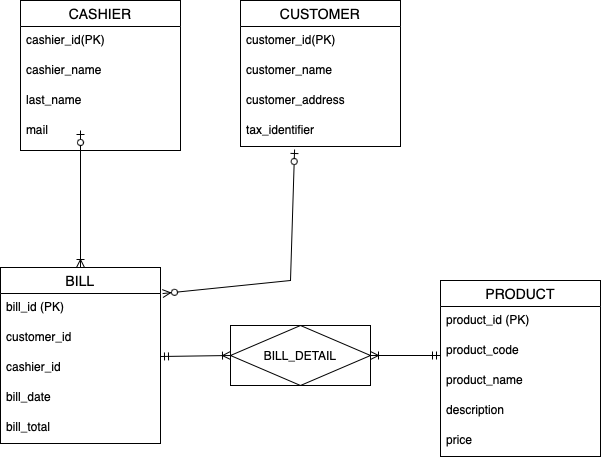
The draw.io diagram Diagrama sin título.drawio.png in a-marian/mapping-jpa, before a commit. Source tidied: cells renumbered, new cells last; positions are measured from the earlier drawing's top-left corner, leaving out a move shared by most shapes. The source it was exported from:
```xml
<mxGraphModel>
  <root>
    <mxCell id="0" />
    <mxCell id="1" parent="0" />
    <mxCell id="2" value="BILL" style="swimlane;fontStyle=0;horizontal=1;startSize=26;align=center;fontSize=14;" parent="1" vertex="1">
      <mxGeometry y="267" width="160" height="176" as="geometry" />
    </mxCell>
    <mxCell id="3" value="bill_id (PK)" style="text;strokeColor=none;fillColor=none;spacingLeft=4;spacingRight=4;overflow=hidden;fontSize=12;whiteSpace=wrap;html=1;" parent="2" vertex="1">
      <mxGeometry y="26" width="160" height="30" as="geometry" />
    </mxCell>
    <mxCell id="4" value="customer_id" style="text;strokeColor=none;fillColor=none;spacingLeft=4;spacingRight=4;overflow=hidden;points=[[0,0.5],[1,0.5]];portConstraint=eastwest;fontSize=12;whiteSpace=wrap;html=1;" parent="2" vertex="1">
      <mxGeometry y="56" width="160" height="30" as="geometry" />
    </mxCell>
    <mxCell id="5" value="cashier_id" style="text;strokeColor=none;fillColor=none;spacingLeft=4;spacingRight=4;overflow=hidden;fontSize=12;whiteSpace=wrap;html=1;" parent="2" vertex="1">
      <mxGeometry y="86" width="160" height="30" as="geometry" />
    </mxCell>
    <mxCell id="6" value="bill_date" style="text;strokeColor=none;fillColor=none;spacingLeft=4;spacingRight=4;overflow=hidden;fontSize=12;whiteSpace=wrap;html=1;" parent="2" vertex="1">
      <mxGeometry y="116" width="160" height="30" as="geometry" />
    </mxCell>
    <mxCell id="7" value="bill_total" style="text;strokeColor=none;fillColor=none;spacingLeft=4;spacingRight=4;overflow=hidden;fontSize=12;whiteSpace=wrap;html=1;" parent="2" vertex="1">
      <mxGeometry y="146" width="160" height="30" as="geometry" />
    </mxCell>
    <mxCell id="8" value="PRODUCT" style="swimlane;fontStyle=0;horizontal=1;startSize=26;align=center;fontSize=14;" parent="1" vertex="1">
      <mxGeometry x="440" y="280" width="160" height="176" as="geometry" />
    </mxCell>
    <mxCell id="9" value="product_id (PK)" style="text;strokeColor=none;fillColor=none;spacingLeft=4;spacingRight=4;overflow=hidden;fontSize=12;whiteSpace=wrap;html=1;" parent="8" vertex="1">
      <mxGeometry y="26" width="160" height="30" as="geometry" />
    </mxCell>
    <mxCell id="10" value="product_code" style="text;strokeColor=none;fillColor=none;spacingLeft=4;spacingRight=4;overflow=hidden;fontSize=12;whiteSpace=wrap;html=1;" parent="8" vertex="1">
      <mxGeometry y="56" width="160" height="30" as="geometry" />
    </mxCell>
    <mxCell id="11" value="product_name" style="text;strokeColor=none;fillColor=none;spacingLeft=4;spacingRight=4;overflow=hidden;fontSize=12;whiteSpace=wrap;html=1;" parent="8" vertex="1">
      <mxGeometry y="86" width="160" height="30" as="geometry" />
    </mxCell>
    <mxCell id="12" value="description" style="text;strokeColor=none;fillColor=none;spacingLeft=4;spacingRight=4;overflow=hidden;fontSize=12;whiteSpace=wrap;html=1;" parent="8" vertex="1">
      <mxGeometry y="116" width="160" height="30" as="geometry" />
    </mxCell>
    <mxCell id="13" value="price" style="text;strokeColor=none;fillColor=none;spacingLeft=4;spacingRight=4;overflow=hidden;fontSize=12;whiteSpace=wrap;html=1;" parent="8" vertex="1">
      <mxGeometry y="146" width="160" height="30" as="geometry" />
    </mxCell>
    <mxCell id="14" value="BILL_DETAIL" style="shape=associativeEntity;whiteSpace=wrap;html=1;align=center;" parent="1" vertex="1">
      <mxGeometry x="230" y="325" width="140" height="60" as="geometry" />
    </mxCell>
    <mxCell id="15" style="fontSize=12;html=1;endArrow=ERoneToMany;startArrow=ERmandOne;rounded=0;exitX=1;exitY=1.1;exitDx=0;exitDy=0;entryX=0;entryY=0.5;entryDx=0;entryDy=0;exitPerimeter=0;" parent="1" edge="1" source="4" target="14">
      <mxGeometry relative="1" as="geometry" />
    </mxCell>
    <mxCell id="16" style="fontSize=12;html=1;endArrow=ERoneToMany;startArrow=ERmandOne;rounded=0;entryX=1;entryY=0.5;entryDx=0;entryDy=0;" parent="1" edge="1" target="14">
      <mxGeometry relative="1" as="geometry">
        <mxPoint x="440" y="355" as="sourcePoint" />
      </mxGeometry>
    </mxCell>
    <mxCell id="17" value="CASHIER" style="swimlane;fontStyle=0;horizontal=1;startSize=26;align=center;fontSize=14;" parent="1" vertex="1">
      <mxGeometry x="20" width="160" height="150" as="geometry" />
    </mxCell>
    <mxCell id="18" value="cashier_id(PK)" style="text;strokeColor=none;fillColor=none;spacingLeft=4;spacingRight=4;overflow=hidden;fontSize=12;whiteSpace=wrap;html=1;" parent="17" vertex="1">
      <mxGeometry y="26" width="160" height="30" as="geometry" />
    </mxCell>
    <mxCell id="19" value="cashier_name" style="text;strokeColor=none;fillColor=none;spacingLeft=4;spacingRight=4;overflow=hidden;points=[[0,0.5],[1,0.5]];portConstraint=eastwest;fontSize=12;whiteSpace=wrap;html=1;" parent="17" vertex="1">
      <mxGeometry y="56" width="160" height="30" as="geometry" />
    </mxCell>
    <mxCell id="20" value="last_name" style="text;strokeColor=none;fillColor=none;spacingLeft=4;spacingRight=4;overflow=hidden;fontSize=12;whiteSpace=wrap;html=1;" parent="17" vertex="1">
      <mxGeometry y="86" width="160" height="30" as="geometry" />
    </mxCell>
    <mxCell id="21" value="mail" style="text;strokeColor=none;fillColor=none;spacingLeft=4;spacingRight=4;overflow=hidden;fontSize=12;whiteSpace=wrap;html=1;" parent="17" vertex="1">
      <mxGeometry y="116" width="160" height="34" as="geometry" />
    </mxCell>
    <mxCell id="22" style="fontSize=12;html=1;endArrow=ERoneToMany;startArrow=ERzeroToOne;rounded=0;entryX=0.5;entryY=0;entryDx=0;entryDy=0;" parent="1" edge="1" target="2">
      <mxGeometry relative="1" as="geometry">
        <mxPoint x="80" y="130" as="sourcePoint" />
      </mxGeometry>
    </mxCell>
    <mxCell id="23" value="CUSTOMER" style="swimlane;fontStyle=0;horizontal=1;startSize=26;align=center;fontSize=14;" parent="1" vertex="1">
      <mxGeometry x="240" width="160" height="146" as="geometry" />
    </mxCell>
    <mxCell id="24" value="customer_id(PK)" style="text;strokeColor=none;fillColor=none;spacingLeft=4;spacingRight=4;overflow=hidden;fontSize=12;whiteSpace=wrap;html=1;" parent="23" vertex="1">
      <mxGeometry y="26" width="160" height="30" as="geometry" />
    </mxCell>
    <mxCell id="25" value="customer_name" style="text;strokeColor=none;fillColor=none;spacingLeft=4;spacingRight=4;overflow=hidden;fontSize=12;whiteSpace=wrap;html=1;" parent="23" vertex="1">
      <mxGeometry y="56" width="160" height="30" as="geometry" />
    </mxCell>
    <mxCell id="26" value="customer_address" style="text;strokeColor=none;fillColor=none;spacingLeft=4;spacingRight=4;overflow=hidden;fontSize=12;whiteSpace=wrap;html=1;" parent="23" vertex="1">
      <mxGeometry y="86" width="160" height="30" as="geometry" />
    </mxCell>
    <mxCell id="27" value="tax_identifier" style="text;strokeColor=none;fillColor=none;spacingLeft=4;spacingRight=4;overflow=hidden;points=[[0,0.5],[1,0.5]];portConstraint=eastwest;fontSize=12;whiteSpace=wrap;html=1;" parent="23" vertex="1">
      <mxGeometry y="116" width="160" height="30" as="geometry" />
    </mxCell>
    <mxCell id="28" style="fontSize=12;html=1;endArrow=ERzeroToMany;startArrow=ERzeroToOne;rounded=0;exitX=0.338;exitY=1.1;exitDx=0;exitDy=0;exitPerimeter=0;entryX=1.013;entryY=0.148;entryDx=0;entryDy=0;entryPerimeter=0;" parent="1" edge="1" source="27" target="2">
      <mxGeometry relative="1" as="geometry">
        <Array as="points">
          <mxPoint x="290" y="280" />
        </Array>
      </mxGeometry>
    </mxCell>
  </root>
</mxGraphModel>
```
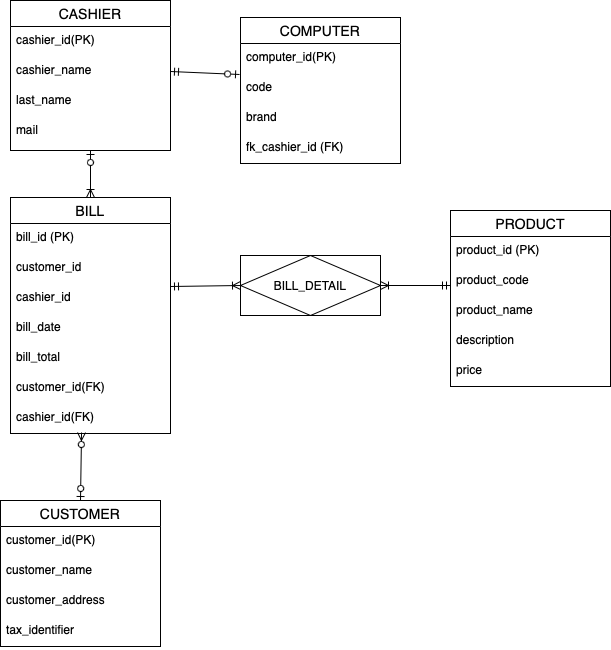
The same file after the commit.

The edit, as a diff of the source:
```diff
@@ -3,7 +3,7 @@
     <mxCell id="0" />
     <mxCell id="1" parent="0" />
     <mxCell id="2" value="BILL" style="swimlane;fontStyle=0;horizontal=1;startSize=26;align=center;fontSize=14;" parent="1" vertex="1">
-      <mxGeometry y="267" width="160" height="176" as="geometry" />
+      <mxGeometry y="267" width="160" height="236" as="geometry" />
     </mxCell>
     <mxCell id="3" value="bill_id (PK)" style="text;strokeColor=none;fillColor=none;spacingLeft=4;spacingRight=4;overflow=hidden;fontSize=12;whiteSpace=wrap;html=1;" parent="2" vertex="1">
       <mxGeometry y="26" width="160" height="30" as="geometry" />
@@ -20,6 +20,12 @@
     <mxCell id="7" value="bill_total" style="text;strokeColor=none;fillColor=none;spacingLeft=4;spacingRight=4;overflow=hidden;fontSize=12;whiteSpace=wrap;html=1;" parent="2" vertex="1">
       <mxGeometry y="146" width="160" height="30" as="geometry" />
     </mxCell>
+    <mxCell id="29" value="customer_id(FK)" style="text;strokeColor=none;fillColor=none;spacingLeft=4;spacingRight=4;overflow=hidden;fontSize=12;whiteSpace=wrap;html=1;" parent="2" vertex="1">
+      <mxGeometry y="176" width="160" height="30" as="geometry" />
+    </mxCell>
+    <mxCell id="30" value="cashier_id(FK)" style="text;strokeColor=none;fillColor=none;spacingLeft=4;spacingRight=4;overflow=hidden;points=[[0,0.5],[1,0.5]];portConstraint=eastwest;fontSize=12;whiteSpace=wrap;html=1;" parent="2" vertex="1">
+      <mxGeometry y="206" width="160" height="30" as="geometry" />
+    </mxCell>
     <mxCell id="8" value="PRODUCT" style="swimlane;fontStyle=0;horizontal=1;startSize=26;align=center;fontSize=14;" parent="1" vertex="1">
       <mxGeometry x="440" y="280" width="160" height="176" as="geometry" />
     </mxCell>
@@ -50,7 +56,7 @@
       </mxGeometry>
     </mxCell>
     <mxCell id="17" value="CASHIER" style="swimlane;fontStyle=0;horizontal=1;startSize=26;align=center;fontSize=14;" parent="1" vertex="1">
-      <mxGeometry x="20" width="160" height="150" as="geometry" />
+      <mxGeometry y="70" width="160" height="150" as="geometry" />
     </mxCell>
     <mxCell id="18" value="cashier_id(PK)" style="text;strokeColor=none;fillColor=none;spacingLeft=4;spacingRight=4;overflow=hidden;fontSize=12;whiteSpace=wrap;html=1;" parent="17" vertex="1">
       <mxGeometry y="26" width="160" height="30" as="geometry" />
@@ -66,11 +72,11 @@
     </mxCell>
     <mxCell id="22" style="fontSize=12;html=1;endArrow=ERoneToMany;startArrow=ERzeroToOne;rounded=0;entryX=0.5;entryY=0;entryDx=0;entryDy=0;" parent="1" edge="1" target="2">
       <mxGeometry relative="1" as="geometry">
-        <mxPoint x="80" y="130" as="sourcePoint" />
+        <mxPoint x="80" y="220" as="sourcePoint" />
       </mxGeometry>
     </mxCell>
     <mxCell id="23" value="CUSTOMER" style="swimlane;fontStyle=0;horizontal=1;startSize=26;align=center;fontSize=14;" parent="1" vertex="1">
-      <mxGeometry x="240" width="160" height="146" as="geometry" />
+      <mxGeometry x="-10" y="570" width="160" height="146" as="geometry" />
     </mxCell>
     <mxCell id="24" value="customer_id(PK)" style="text;strokeColor=none;fillColor=none;spacingLeft=4;spacingRight=4;overflow=hidden;fontSize=12;whiteSpace=wrap;html=1;" parent="23" vertex="1">
       <mxGeometry y="26" width="160" height="30" as="geometry" />
@@ -84,12 +90,26 @@
     <mxCell id="27" value="tax_identifier" style="text;strokeColor=none;fillColor=none;spacingLeft=4;spacingRight=4;overflow=hidden;points=[[0,0.5],[1,0.5]];portConstraint=eastwest;fontSize=12;whiteSpace=wrap;html=1;" parent="23" vertex="1">
       <mxGeometry y="116" width="160" height="30" as="geometry" />
     </mxCell>
-    <mxCell id="28" style="fontSize=12;html=1;endArrow=ERzeroToMany;startArrow=ERzeroToOne;rounded=0;exitX=0.338;exitY=1.1;exitDx=0;exitDy=0;exitPerimeter=0;entryX=1.013;entryY=0.148;entryDx=0;entryDy=0;entryPerimeter=0;" parent="1" edge="1" source="27" target="2">
-      <mxGeometry relative="1" as="geometry">
-        <Array as="points">
-          <mxPoint x="290" y="280" />
-        </Array>
-      </mxGeometry>
+    <mxCell id="28" style="fontSize=12;html=1;endArrow=ERzeroToMany;startArrow=ERzeroToOne;rounded=0;exitX=0.5;exitY=0;exitDx=0;exitDy=0;entryX=0.444;entryY=0.967;entryDx=0;entryDy=0;entryPerimeter=0;" parent="1" edge="1" source="23" target="30">
+      <mxGeometry relative="1" as="geometry" />
     </mxCell>
+    <mxCell id="31" value="COMPUTER" style="swimlane;fontStyle=0;horizontal=1;startSize=26;align=center;fontSize=14;" parent="1" vertex="1">
+      <mxGeometry x="230" y="87" width="160" height="146" as="geometry" />
+    </mxCell>
+    <mxCell id="32" value="computer_id(PK)" style="text;strokeColor=none;fillColor=none;spacingLeft=4;spacingRight=4;overflow=hidden;fontSize=12;whiteSpace=wrap;html=1;" parent="31" vertex="1">
+      <mxGeometry y="26" width="160" height="30" as="geometry" />
+    </mxCell>
+    <mxCell id="33" value="code" style="text;strokeColor=none;fillColor=none;spacingLeft=4;spacingRight=4;overflow=hidden;points=[[0,0.5],[1,0.5]];portConstraint=eastwest;fontSize=12;whiteSpace=wrap;html=1;" parent="31" vertex="1">
+      <mxGeometry y="56" width="160" height="30" as="geometry" />
+    </mxCell>
+    <mxCell id="34" value="brand" style="text;strokeColor=none;fillColor=none;spacingLeft=4;spacingRight=4;overflow=hidden;fontSize=12;whiteSpace=wrap;html=1;" parent="31" vertex="1">
+      <mxGeometry y="86" width="160" height="30" as="geometry" />
+    </mxCell>
+    <mxCell id="35" value="fk_cashier_id (FK)&lt;br&gt;" style="text;strokeColor=none;fillColor=none;spacingLeft=4;spacingRight=4;overflow=hidden;fontSize=12;whiteSpace=wrap;html=1;" parent="31" vertex="1">
+      <mxGeometry y="116" width="160" height="30" as="geometry" />
+    </mxCell>
+    <mxCell id="36" style="fontSize=12;html=1;endArrow=ERzeroToOne;startArrow=ERmandOne;rounded=0;exitX=1;exitY=0.5;exitDx=0;exitDy=0;entryX=-0.006;entryY=0.033;entryDx=0;entryDy=0;entryPerimeter=0;" parent="1" edge="1" source="19" target="33">
+      <mxGeometry relative="1" as="geometry" />
+    </mxCell>
   </root>
 </mxGraphModel>
```
